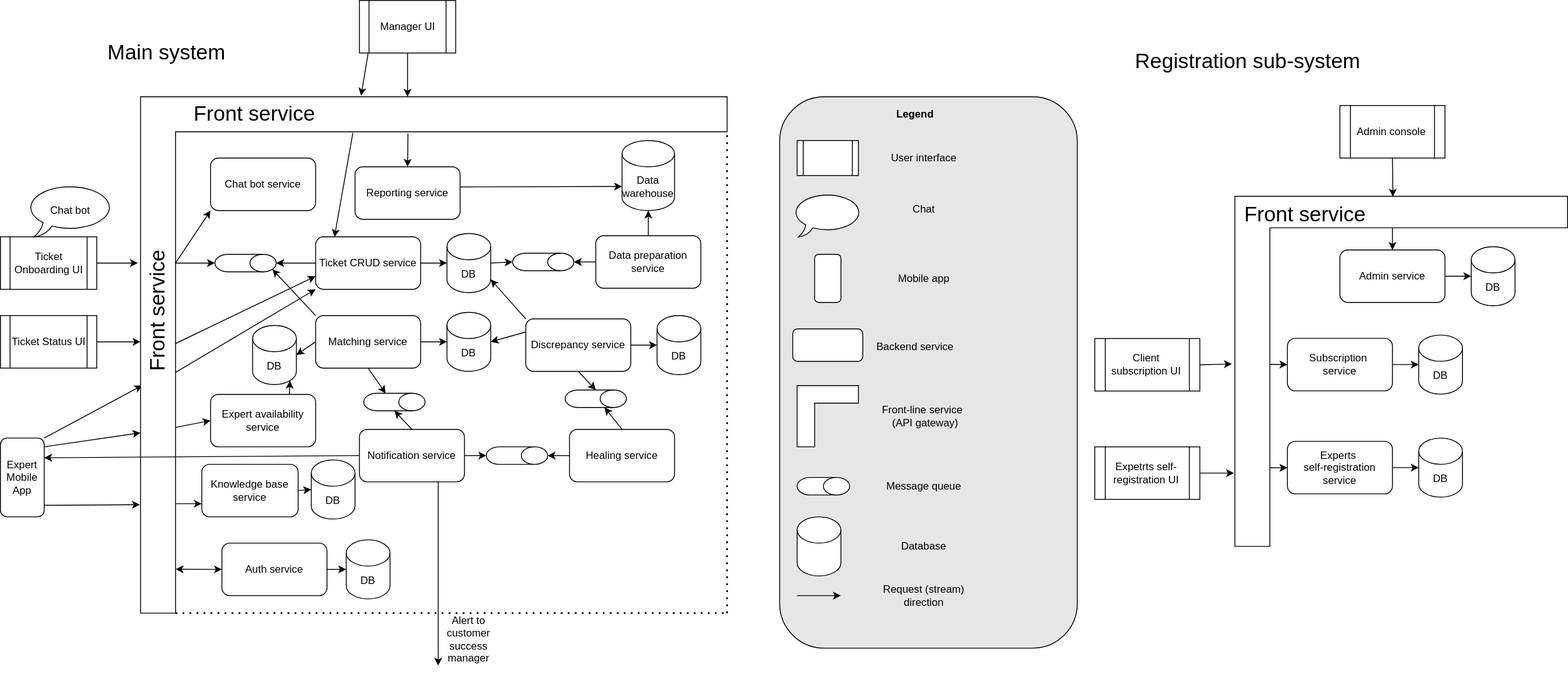
This is diagrams/system.svg from archkatas-team-oreilly-21/solution, a draw.io export, as it was before one commit. Source tidied: cells renumbered, new cells last; positions are measured from the earlier drawing's top-left corner, leaving out a move shared by most shapes.
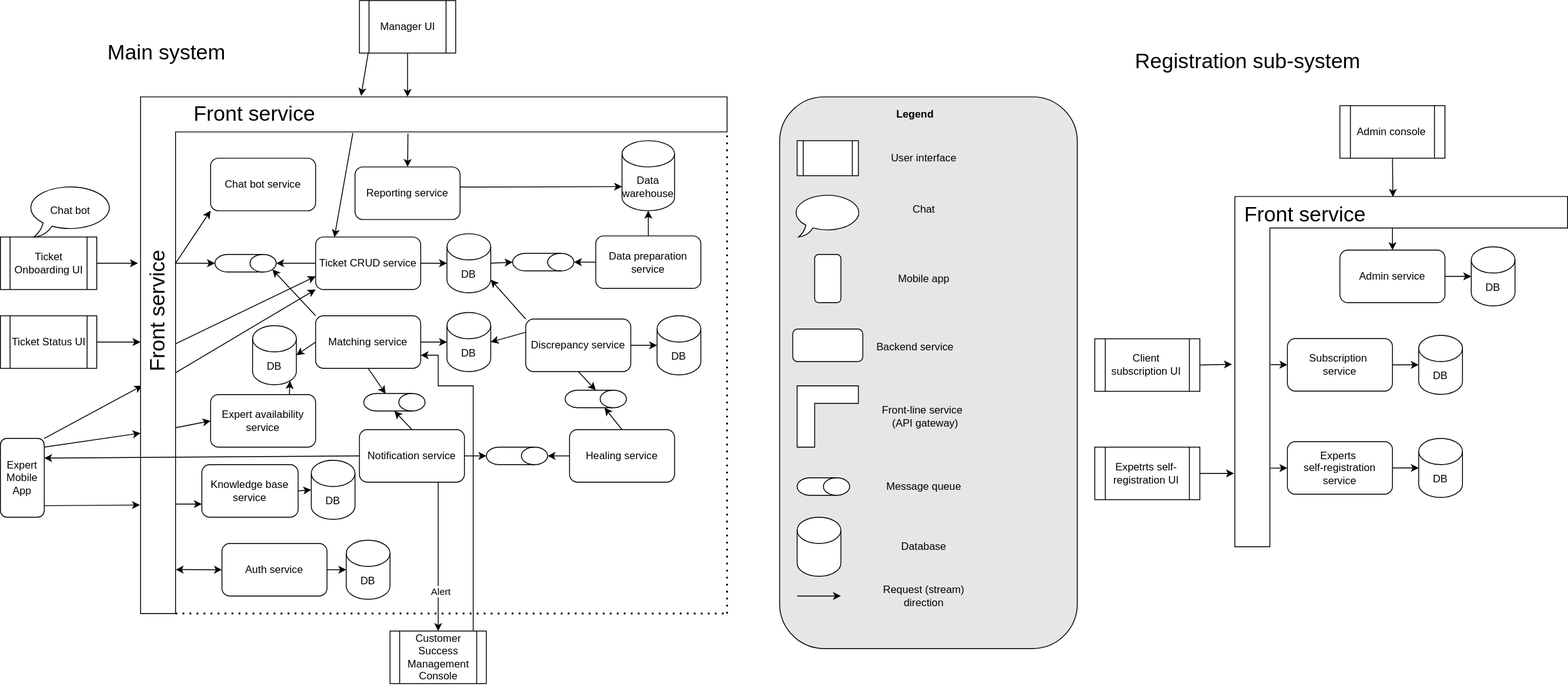
The same file after the commit.

Commit message:
system diagram 4

Change to the diagram source:
```diff
@@ -59,11 +59,14 @@
     <mxCell id="18" style="edgeStyle=none;rounded=0;jettySize=auto;html=1;exitX=0.5;exitY=0;exitDx=0;exitDy=0;entryX=1;entryY=0.5;entryDx=0;entryDy=0;entryPerimeter=0;" parent="1" edge="1" source="21" target="22">
       <mxGeometry relative="1" as="geometry" />
     </mxCell>
-    <mxCell id="19" style="edgeStyle=none;rounded=0;jettySize=auto;html=1;exitX=0.75;exitY=1;exitDx=0;exitDy=0;" parent="1" edge="1" source="21">
-      <mxGeometry relative="1" as="geometry">
-        <mxPoint x="500" y="760" as="targetPoint" />
-      </mxGeometry>
+    <mxCell id="19" style="edgeStyle=none;rounded=0;jettySize=auto;html=1;exitX=0.75;exitY=1;exitDx=0;exitDy=0;entryX=0.5;entryY=0;entryDx=0;entryDy=0;" parent="1" edge="1" source="21" target="118">
+      <mxGeometry relative="1" as="geometry" />
     </mxCell>
+    <mxCell id="116" value="Alert" style="edgeLabel;html=1;align=center;verticalAlign=middle;" parent="19" vertex="1">
+      <mxGeometry x="0.47" y="2" relative="1" as="geometry">
+        <mxPoint y="-1" as="offset" />
+      </mxGeometry>
+    </mxCell>
     <mxCell id="20" style="edgeStyle=none;rounded=0;jettySize=auto;html=1;exitX=1;exitY=0.5;exitDx=0;exitDy=0;entryX=0.5;entryY=1;entryDx=0;entryDy=0;entryPerimeter=0;" parent="1" edge="1" source="21" target="54">
       <mxGeometry relative="1" as="geometry" />
     </mxCell>
@@ -230,7 +233,7 @@
     <mxCell id="69" value="DB" style="shape=cylinder3;whiteSpace=wrap;html=1;boundedLbl=1;backgroundOutline=1;size=15;" parent="1" vertex="1">
       <mxGeometry x="355" y="525" width="50" height="67.5" as="geometry" />
     </mxCell>
-    <mxCell id="70" value="Alert to customer success manager" style="text;html=1;strokeColor=none;fillColor=none;align=center;verticalAlign=middle;whiteSpace=wrap;rounded=0;" parent="1" vertex="1">
+    <mxCell id="70" value="Alert" style="text;html=1;strokeColor=none;fillColor=none;align=center;verticalAlign=middle;whiteSpace=wrap;rounded=0;" parent="1" vertex="1">
       <mxGeometry x="500" y="720" width="70" height="20" as="geometry" />
     </mxCell>
     <mxCell id="71" style="rounded=1;whiteSpace=wrap;html=1;fillColor=#E6E6E6;" parent="1" vertex="1">
@@ -384,5 +387,18 @@
     <mxCell id="115" value="Expert availability service" style="rounded=1;whiteSpace=wrap;html=1;" parent="1" vertex="1">
       <mxGeometry x="240" y="450" width="120" height="60" as="geometry" />
     </mxCell>
+    <mxCell id="117" style="edgeStyle=orthogonalEdgeStyle;rounded=0;jettySize=auto;html=1;exitX=0.75;exitY=0;exitDx=0;exitDy=0;entryX=1;entryY=0.75;entryDx=0;entryDy=0;" parent="1" edge="1" source="118" target="9">
+      <mxGeometry relative="1" as="geometry">
+        <Array as="points">
+          <mxPoint x="540" y="720" />
+          <mxPoint x="540" y="440" />
+          <mxPoint x="500" y="440" />
+          <mxPoint x="500" y="405" />
+        </Array>
+      </mxGeometry>
+    </mxCell>
+    <mxCell id="118" value="Customer Success Management Console" style="shape=process;whiteSpace=wrap;html=1;backgroundOutline=1;" parent="1" vertex="1">
+      <mxGeometry x="445" y="720" width="110" height="60" as="geometry" />
+    </mxCell>
   </root>
 </mxGraphModel>
```
